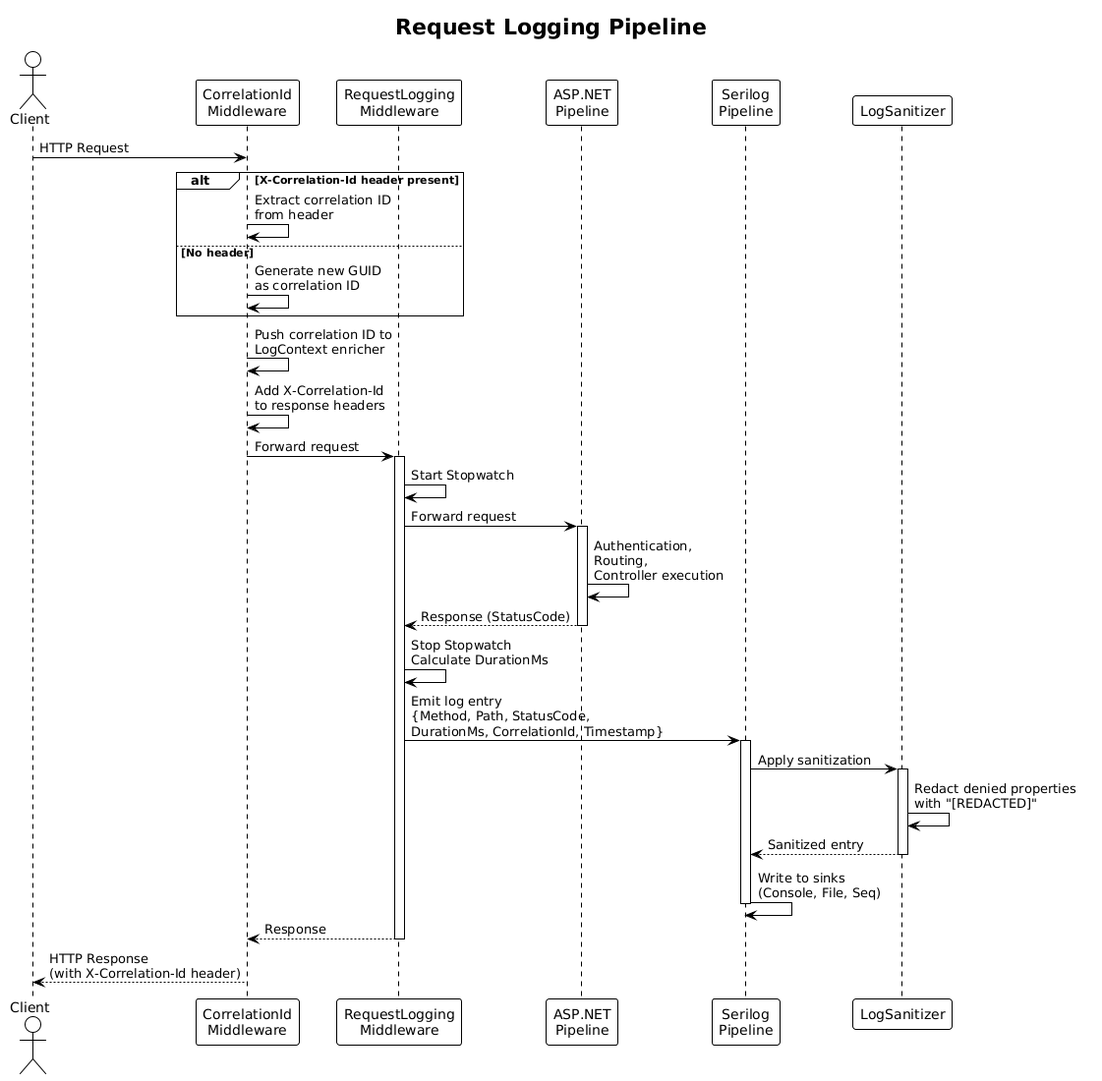
Earlier version of the PlantUML export docs/detailed-designs/09-observability/diagrams/sequence_request_logging.png (QuinntyneBrown/Blog). Its diagram source:
```plantuml
@startuml
!theme plain

title Request Logging Pipeline

actor Client
participant "CorrelationId\nMiddleware" as CorrMw
participant "RequestLogging\nMiddleware" as LogMw
participant "ASP.NET\nPipeline" as Pipeline
participant "Serilog\nPipeline" as Serilog
participant "LogSanitizer" as Sanitizer

Client -> CorrMw : HTTP Request

alt X-Correlation-Id header present
    CorrMw -> CorrMw : Extract correlation ID\nfrom header
else No header
    CorrMw -> CorrMw : Generate new GUID\nas correlation ID
end

CorrMw -> CorrMw : Push correlation ID to\nLogContext enricher
CorrMw -> CorrMw : Add X-Correlation-Id\nto response headers

CorrMw -> LogMw : Forward request
activate LogMw

LogMw -> LogMw : Start Stopwatch

LogMw -> Pipeline : Forward request
activate Pipeline

Pipeline -> Pipeline : Authentication,\nRouting,\nController execution

Pipeline --> LogMw : Response (StatusCode)
deactivate Pipeline

LogMw -> LogMw : Stop Stopwatch\nCalculate DurationMs

LogMw -> Serilog : Emit log entry\n{Method, Path, StatusCode,\nDurationMs, CorrelationId, Timestamp}
activate Serilog

Serilog -> Sanitizer : Apply sanitization
activate Sanitizer
Sanitizer -> Sanitizer : Redact denied properties\nwith "[REDACTED]"
Sanitizer --> Serilog : Sanitized entry
deactivate Sanitizer

Serilog -> Serilog : Write to sinks\n(Console, File, Seq)
deactivate Serilog

LogMw --> CorrMw : Response
deactivate LogMw

CorrMw --> Client : HTTP Response\n(with X-Correlation-Id header)
@enduml
```
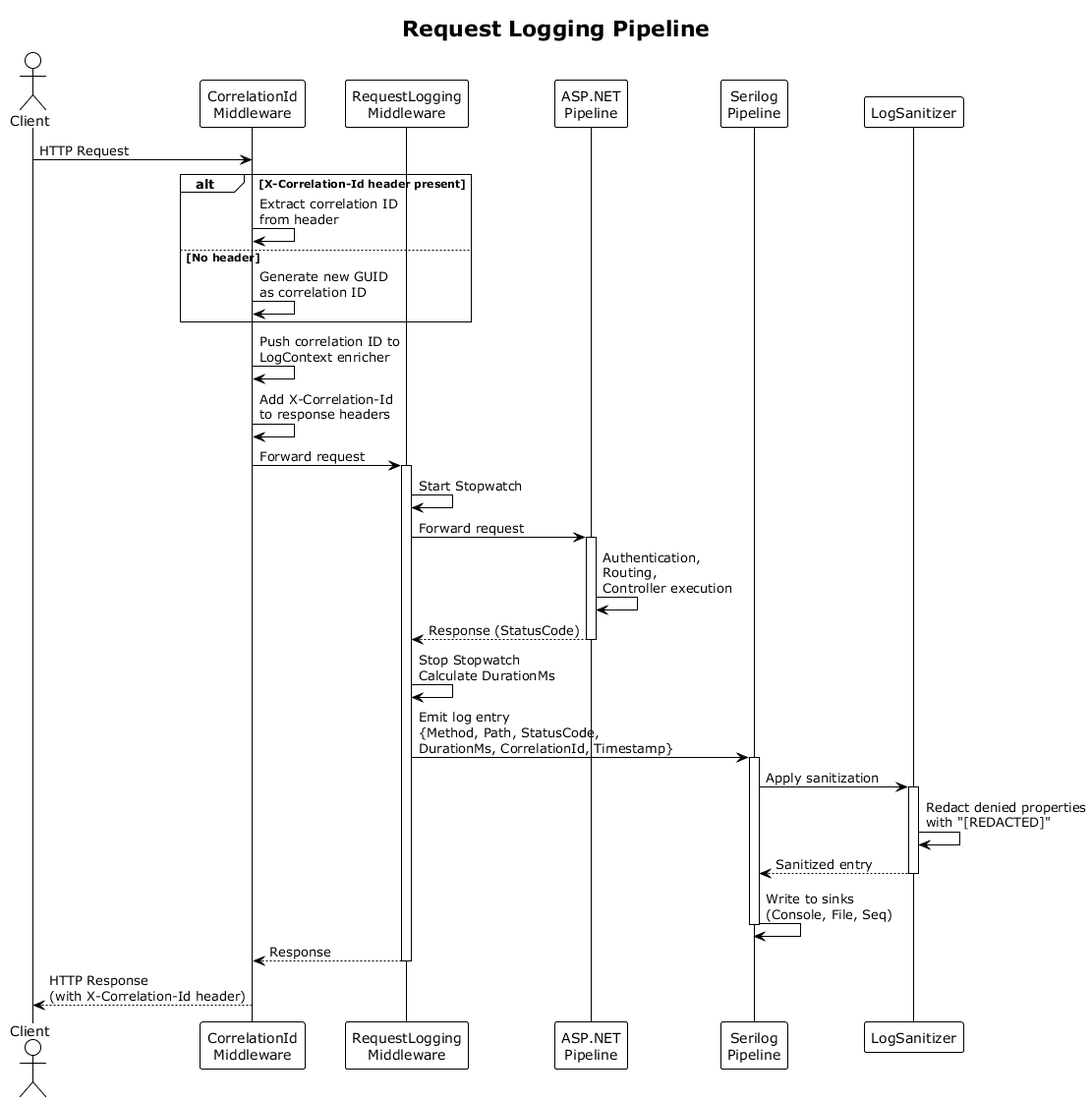
Above is the later version.

Diff of the diagram source:
```diff
@@ -1,4 +1,4 @@
-@startuml
+@startuml sequence_request_logging
 !theme plain
 
 title Request Logging Pipeline
@@ -52,4 +52,5 @@
 deactivate LogMw
 
 CorrMw --> Client : HTTP Response\n(with X-Correlation-Id header)
+
 @enduml
```
